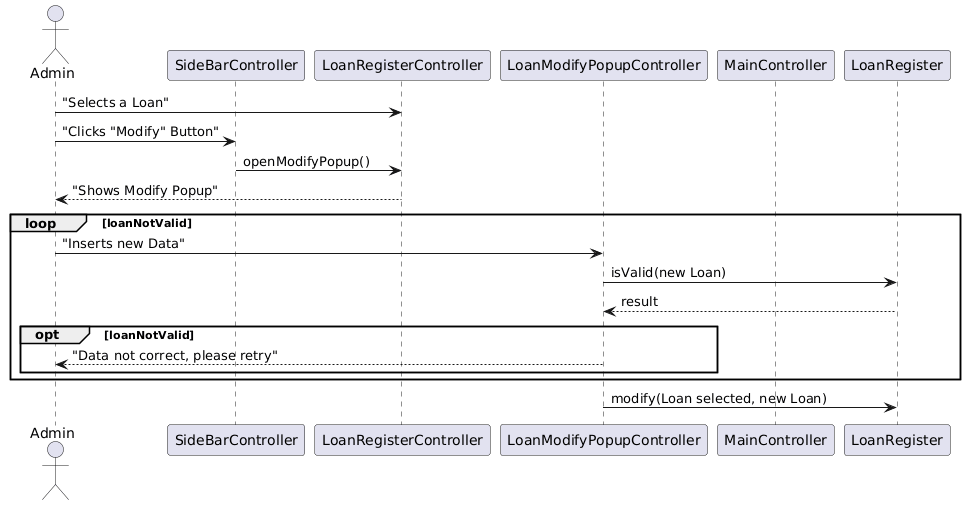
Earlier version of the PlantUML export docs/Sequence Diagrams/LoanInteractions/Modify/LoanModify.png (cwke/LibraryManager). Source of this version:
```plantuml
@startuml

actor Admin

participant SideBarController
participant LoanRegisterController
participant LoanModifyPopupController
participant MainController
participant LoanRegister

Admin -> LoanRegisterController : "Selects a Loan"
Admin -> SideBarController : "Clicks "Modify" Button"
SideBarController -> LoanRegisterController : openModifyPopup()
LoanRegisterController --> Admin : "Shows Modify Popup"
loop loanNotValid
Admin -> LoanModifyPopupController : "Inserts new Data"
LoanModifyPopupController -> LoanRegister : isValid(new Loan)
LoanModifyPopupController <-- LoanRegister : result
opt loanNotValid
LoanModifyPopupController --> Admin : "Data not correct, please retry"
end
end
LoanModifyPopupController -> LoanRegister : modify(Loan selected, new Loan)
@enduml
```
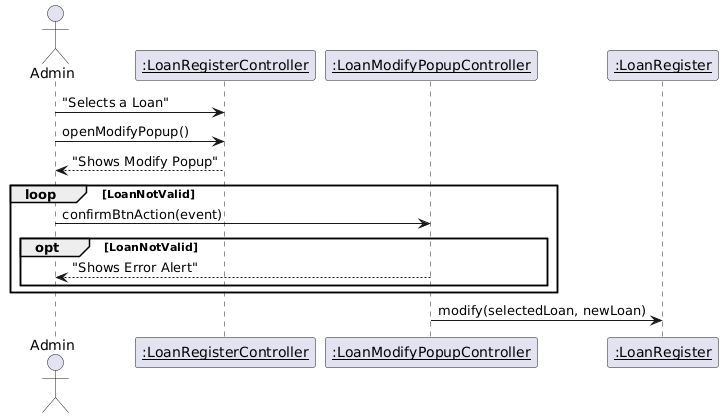
After the commit.

What changed in the source:
```diff
@@ -2,23 +2,18 @@
 
 actor Admin
 
-participant SideBarController
-participant LoanRegisterController
-participant LoanModifyPopupController
-participant MainController
-participant LoanRegister
+participant "<u>:LoanRegisterController" as LoanRegisterController
+participant "<u>:LoanModifyPopupController" as LoanModifyPopupController
+participant "<u>:LoanRegister" as LoanRegister
 
 Admin -> LoanRegisterController : "Selects a Loan"
-Admin -> SideBarController : "Clicks "Modify" Button"
-SideBarController -> LoanRegisterController : openModifyPopup()
+Admin -> LoanRegisterController : openModifyPopup()
 LoanRegisterController --> Admin : "Shows Modify Popup"
-loop loanNotValid
-Admin -> LoanModifyPopupController : "Inserts new Data"
-LoanModifyPopupController -> LoanRegister : isValid(new Loan)
-LoanModifyPopupController <-- LoanRegister : result
-opt loanNotValid
-LoanModifyPopupController --> Admin : "Data not correct, please retry"
+loop LoanNotValid
+Admin -> LoanModifyPopupController : confirmBtnAction(event)
+opt LoanNotValid
+LoanModifyPopupController --> Admin : "Shows Error Alert"
 end
 end
-LoanModifyPopupController -> LoanRegister : modify(Loan selected, new Loan)
+LoanModifyPopupController -> LoanRegister : modify(selectedLoan, newLoan)
 @enduml
```
